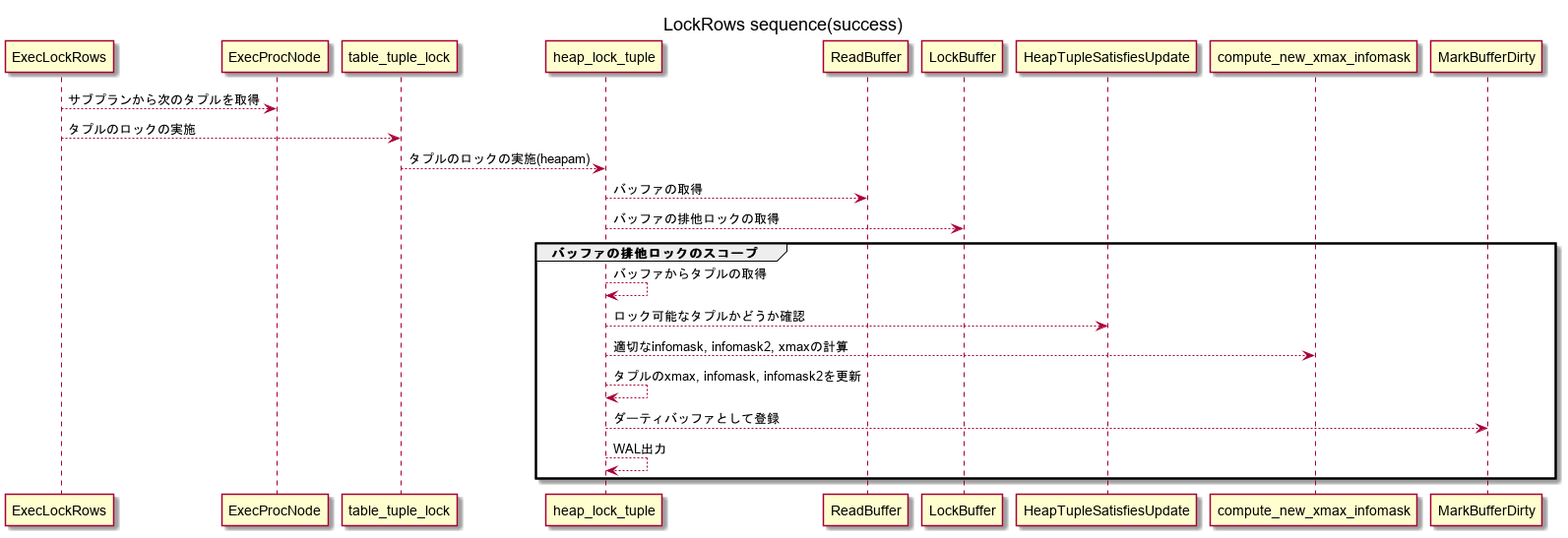
This is out/LockRows_sequence/LockRows sequence(success).png from zyake/postgres_analysis, a PlantUML export, as it was before one commit. Source of this version:
```plantuml
@startuml
title LockRows sequence(success)

ExecLockRows --> ExecProcNode : サブプランから次のタプルを取得
ExecLockRows --> table_tuple_lock : タプルのロックの実施
table_tuple_lock --> heap_lock_tuple : タプルのロックの実施(heapam)
heap_lock_tuple --> ReadBuffer : バッファの取得
heap_lock_tuple --> LockBuffer : バッファの排他ロックの取得
group バッファの排他ロックのスコープ
    heap_lock_tuple --> heap_lock_tuple : バッファからタプルの取得
    heap_lock_tuple --> HeapTupleSatisfiesUpdate : ロック可能なタプルかどうか確認
    heap_lock_tuple --> compute_new_xmax_infomask : 適切なinfomask, infomask2, xmaxの計算
    heap_lock_tuple --> heap_lock_tuple : タプルのxmax, infomask, infomask2を更新
    heap_lock_tuple --> MarkBufferDirty : ダーティバッファとして登録
    heap_lock_tuple --> heap_lock_tuple : WAL出力
end

@enduml
```
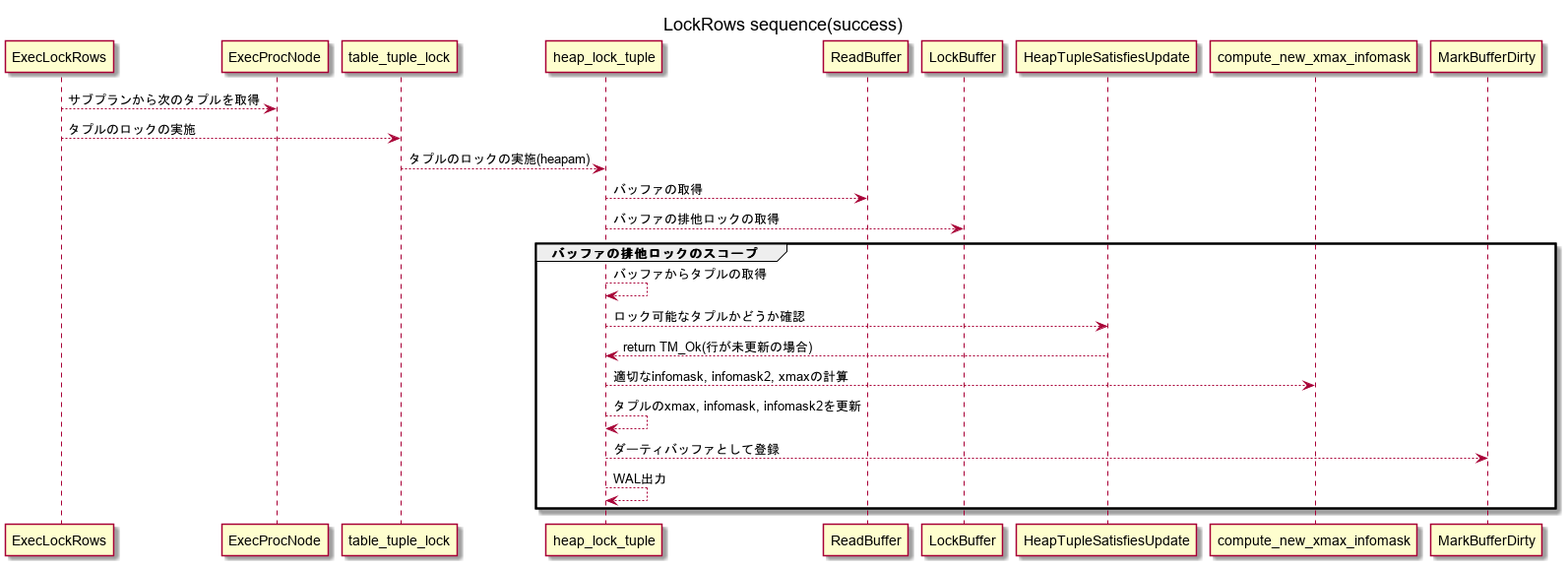
The same diagram one commit later.

Change to the diagram source:
```diff
@@ -9,6 +9,7 @@
 group バッファの排他ロックのスコープ
     heap_lock_tuple --> heap_lock_tuple : バッファからタプルの取得
     heap_lock_tuple --> HeapTupleSatisfiesUpdate : ロック可能なタプルかどうか確認
+    HeapTupleSatisfiesUpdate --> heap_lock_tuple : return TM_Ok(行が未更新の場合)
     heap_lock_tuple --> compute_new_xmax_infomask : 適切なinfomask, infomask2, xmaxの計算
     heap_lock_tuple --> heap_lock_tuple : タプルのxmax, infomask, infomask2を更新
     heap_lock_tuple --> MarkBufferDirty : ダーティバッファとして登録
```
